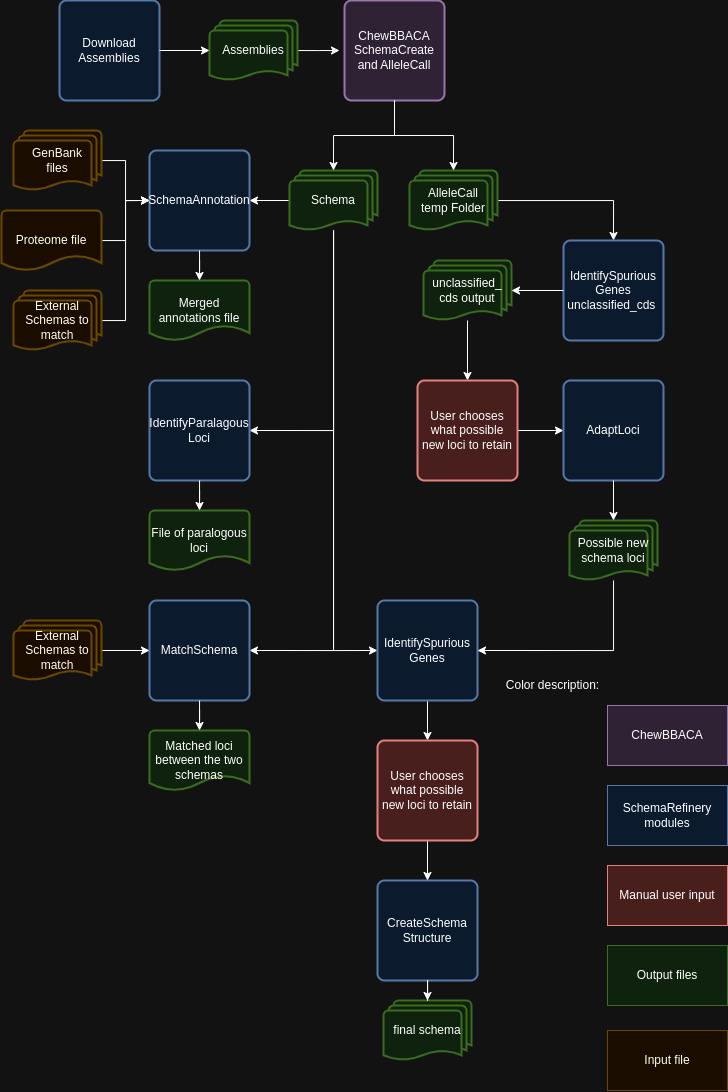
Earlier version of the draw.io export SchemaRefinery/docs/SchemaRefinery/Modules/source/Schema_creation_workflow.png (B-UMMI/Schema_Refinery). Source tidied: cells renumbered, new cells last; positions are measured from the earlier drawing's top-left corner, leaving out a move shared by most shapes. Source of this version:
```xml
<mxGraphModel>
  <root>
    <mxCell id="0" />
    <mxCell id="1" parent="0" />
    <mxCell id="2" value="Download&lt;div&gt;Assemblies&lt;/div&gt;" style="rounded=1;whiteSpace=wrap;html=1;absoluteArcSize=1;arcSize=14;strokeWidth=2;fillColor=#dae8fc;strokeColor=#6c8ebf;" parent="1" vertex="1">
      <mxGeometry x="58" width="100" height="100" as="geometry" />
    </mxCell>
    <mxCell id="3" style="edgeStyle=orthogonalEdgeStyle;rounded=0;jettySize=auto;html=1;" parent="1" edge="1" source="4">
      <mxGeometry relative="1" as="geometry">
        <mxPoint x="338" y="50" as="targetPoint" />
      </mxGeometry>
    </mxCell>
    <mxCell id="4" value="Assemblies" style="strokeWidth=2;html=1;shape=mxgraph.flowchart.multi-document;whiteSpace=wrap;fillColor=#d5e8d4;strokeColor=#82b366;" parent="1" vertex="1">
      <mxGeometry x="208" y="20" width="88" height="60" as="geometry" />
    </mxCell>
    <mxCell id="5" style="edgeStyle=orthogonalEdgeStyle;rounded=0;jettySize=auto;html=1;entryX=0;entryY=0.5;entryDx=0;entryDy=0;entryPerimeter=0;" parent="1" edge="1" source="2" target="4">
      <mxGeometry relative="1" as="geometry" />
    </mxCell>
    <mxCell id="6" value="ChewBBACA SchemaCreate&lt;div&gt;and AlleleCall&lt;/div&gt;" style="rounded=1;whiteSpace=wrap;html=1;absoluteArcSize=1;arcSize=14;strokeWidth=2;fillColor=#e1d5e7;strokeColor=#9673a6;" parent="1" vertex="1">
      <mxGeometry x="343" width="100" height="100" as="geometry" />
    </mxCell>
    <mxCell id="7" style="edgeStyle=orthogonalEdgeStyle;rounded=0;jettySize=auto;html=1;entryX=1;entryY=0.5;entryDx=0;entryDy=0;" parent="1" edge="1" source="11" target="16">
      <mxGeometry relative="1" as="geometry" />
    </mxCell>
    <mxCell id="8" style="edgeStyle=orthogonalEdgeStyle;rounded=0;jettySize=auto;html=1;entryX=1;entryY=0.5;entryDx=0;entryDy=0;" parent="1" edge="1" source="11" target="25">
      <mxGeometry relative="1" as="geometry">
        <Array as="points">
          <mxPoint x="332" y="430" />
        </Array>
      </mxGeometry>
    </mxCell>
    <mxCell id="9" style="edgeStyle=orthogonalEdgeStyle;rounded=0;jettySize=auto;html=1;entryX=1;entryY=0.5;entryDx=0;entryDy=0;" parent="1" edge="1" source="11" target="28">
      <mxGeometry relative="1" as="geometry">
        <Array as="points">
          <mxPoint x="332" y="650" />
        </Array>
      </mxGeometry>
    </mxCell>
    <mxCell id="10" style="edgeStyle=orthogonalEdgeStyle;rounded=0;jettySize=auto;html=1;entryX=0;entryY=0.5;entryDx=0;entryDy=0;" parent="1" edge="1" source="11" target="34">
      <mxGeometry relative="1" as="geometry">
        <Array as="points">
          <mxPoint x="332" y="650" />
        </Array>
      </mxGeometry>
    </mxCell>
    <mxCell id="11" value="Schema" style="strokeWidth=2;html=1;shape=mxgraph.flowchart.multi-document;whiteSpace=wrap;fillColor=#d5e8d4;strokeColor=#82b366;" parent="1" vertex="1">
      <mxGeometry x="288" y="170" width="88" height="60" as="geometry" />
    </mxCell>
    <mxCell id="12" style="edgeStyle=orthogonalEdgeStyle;rounded=0;jettySize=auto;html=1;entryX=0.5;entryY=0;entryDx=0;entryDy=0;" parent="1" edge="1" source="13" target="35">
      <mxGeometry relative="1" as="geometry" />
    </mxCell>
    <mxCell id="13" value="AlleleCall&lt;div&gt;temp Folder&lt;/div&gt;" style="strokeWidth=2;html=1;shape=mxgraph.flowchart.multi-document;whiteSpace=wrap;fillColor=#d5e8d4;strokeColor=#82b366;" parent="1" vertex="1">
      <mxGeometry x="408" y="170" width="88" height="60" as="geometry" />
    </mxCell>
    <mxCell id="14" style="edgeStyle=orthogonalEdgeStyle;rounded=0;jettySize=auto;html=1;entryX=0.5;entryY=0;entryDx=0;entryDy=0;entryPerimeter=0;" parent="1" edge="1" source="6" target="11">
      <mxGeometry relative="1" as="geometry" />
    </mxCell>
    <mxCell id="15" style="edgeStyle=orthogonalEdgeStyle;rounded=0;jettySize=auto;html=1;entryX=0.5;entryY=0;entryDx=0;entryDy=0;entryPerimeter=0;" parent="1" edge="1" source="6" target="13">
      <mxGeometry relative="1" as="geometry" />
    </mxCell>
    <mxCell id="16" value="SchemaAnnotation" style="rounded=1;whiteSpace=wrap;html=1;absoluteArcSize=1;arcSize=14;strokeWidth=2;fillColor=#dae8fc;strokeColor=#6c8ebf;" parent="1" vertex="1">
      <mxGeometry x="148" y="150" width="100" height="100" as="geometry" />
    </mxCell>
    <mxCell id="17" style="edgeStyle=orthogonalEdgeStyle;rounded=0;jettySize=auto;html=1;entryX=0;entryY=0.5;entryDx=0;entryDy=0;" parent="1" edge="1" source="18" target="16">
      <mxGeometry relative="1" as="geometry" />
    </mxCell>
    <mxCell id="18" value="GenBank&lt;div&gt;files&lt;/div&gt;" style="strokeWidth=2;html=1;shape=mxgraph.flowchart.multi-document;whiteSpace=wrap;fillColor=#fff2cc;strokeColor=#d6b656;" parent="1" vertex="1">
      <mxGeometry x="12" y="130" width="88" height="60" as="geometry" />
    </mxCell>
    <mxCell id="19" style="edgeStyle=orthogonalEdgeStyle;rounded=0;jettySize=auto;html=1;entryX=0;entryY=0.5;entryDx=0;entryDy=0;" parent="1" edge="1" source="20" target="16">
      <mxGeometry relative="1" as="geometry" />
    </mxCell>
    <mxCell id="20" value="Proteome file" style="strokeWidth=2;html=1;shape=mxgraph.flowchart.document2;whiteSpace=wrap;size=0.25;fillColor=#fff2cc;strokeColor=#d6b656;" parent="1" vertex="1">
      <mxGeometry y="210" width="100" height="60" as="geometry" />
    </mxCell>
    <mxCell id="21" style="edgeStyle=orthogonalEdgeStyle;rounded=0;jettySize=auto;html=1;entryX=0;entryY=0.5;entryDx=0;entryDy=0;" parent="1" edge="1" source="22" target="16">
      <mxGeometry relative="1" as="geometry" />
    </mxCell>
    <mxCell id="22" value="External Schemas to match" style="strokeWidth=2;html=1;shape=mxgraph.flowchart.multi-document;whiteSpace=wrap;fillColor=#fff2cc;strokeColor=#d6b656;" parent="1" vertex="1">
      <mxGeometry x="12" y="290" width="88" height="60" as="geometry" />
    </mxCell>
    <mxCell id="23" value="Merged annotations file" style="strokeWidth=2;html=1;shape=mxgraph.flowchart.document2;whiteSpace=wrap;size=0.25;fillColor=#d5e8d4;strokeColor=#82b366;" parent="1" vertex="1">
      <mxGeometry x="148" y="280" width="100" height="60" as="geometry" />
    </mxCell>
    <mxCell id="24" style="edgeStyle=orthogonalEdgeStyle;rounded=0;jettySize=auto;html=1;entryX=0.5;entryY=0;entryDx=0;entryDy=0;entryPerimeter=0;" parent="1" edge="1" source="16" target="23">
      <mxGeometry relative="1" as="geometry" />
    </mxCell>
    <mxCell id="25" value="IdentifyParalagous&lt;div&gt;Loci&lt;/div&gt;" style="rounded=1;whiteSpace=wrap;html=1;absoluteArcSize=1;arcSize=14;strokeWidth=2;fillColor=#dae8fc;strokeColor=#6c8ebf;" parent="1" vertex="1">
      <mxGeometry x="148" y="380" width="100" height="100" as="geometry" />
    </mxCell>
    <mxCell id="26" value="File of paralogous loci" style="strokeWidth=2;html=1;shape=mxgraph.flowchart.document2;whiteSpace=wrap;size=0.25;fillColor=#d5e8d4;strokeColor=#82b366;" parent="1" vertex="1">
      <mxGeometry x="148" y="510" width="100" height="60" as="geometry" />
    </mxCell>
    <mxCell id="27" style="edgeStyle=orthogonalEdgeStyle;rounded=0;jettySize=auto;html=1;entryX=0.5;entryY=0;entryDx=0;entryDy=0;entryPerimeter=0;" parent="1" edge="1" source="25" target="26">
      <mxGeometry relative="1" as="geometry" />
    </mxCell>
    <mxCell id="28" value="MatchSchema" style="rounded=1;whiteSpace=wrap;html=1;absoluteArcSize=1;arcSize=14;strokeWidth=2;fillColor=#dae8fc;strokeColor=#6c8ebf;" parent="1" vertex="1">
      <mxGeometry x="148" y="600" width="100" height="100" as="geometry" />
    </mxCell>
    <mxCell id="29" style="edgeStyle=orthogonalEdgeStyle;rounded=0;jettySize=auto;html=1;entryX=0;entryY=0.5;entryDx=0;entryDy=0;" parent="1" edge="1" source="30" target="28">
      <mxGeometry relative="1" as="geometry" />
    </mxCell>
    <mxCell id="30" value="External Schemas to match" style="strokeWidth=2;html=1;shape=mxgraph.flowchart.multi-document;whiteSpace=wrap;fillColor=#fff2cc;strokeColor=#d6b656;" parent="1" vertex="1">
      <mxGeometry x="12" y="620" width="88" height="60" as="geometry" />
    </mxCell>
    <mxCell id="31" value="Matched loci between the two schemas" style="strokeWidth=2;html=1;shape=mxgraph.flowchart.document2;whiteSpace=wrap;size=0.25;fillColor=#d5e8d4;strokeColor=#82b366;" parent="1" vertex="1">
      <mxGeometry x="148" y="730" width="100" height="60" as="geometry" />
    </mxCell>
    <mxCell id="32" style="edgeStyle=orthogonalEdgeStyle;rounded=0;jettySize=auto;html=1;entryX=0.5;entryY=0;entryDx=0;entryDy=0;entryPerimeter=0;" parent="1" edge="1" source="28" target="31">
      <mxGeometry relative="1" as="geometry" />
    </mxCell>
    <mxCell id="33" style="edgeStyle=orthogonalEdgeStyle;rounded=0;jettySize=auto;html=1;entryX=0.5;entryY=0;entryDx=0;entryDy=0;" parent="1" edge="1" source="34" target="47">
      <mxGeometry relative="1" as="geometry" />
    </mxCell>
    <mxCell id="34" value="IdentifySpurious&lt;div&gt;Genes&lt;/div&gt;" style="rounded=1;whiteSpace=wrap;html=1;absoluteArcSize=1;arcSize=14;strokeWidth=2;fillColor=#dae8fc;strokeColor=#6c8ebf;" parent="1" vertex="1">
      <mxGeometry x="376" y="600" width="100" height="100" as="geometry" />
    </mxCell>
    <mxCell id="35" value="IdentifySpurious&lt;div&gt;Genes unclassified_cds&amp;nbsp;&lt;/div&gt;" style="rounded=1;whiteSpace=wrap;html=1;absoluteArcSize=1;arcSize=14;strokeWidth=2;fillColor=#dae8fc;strokeColor=#6c8ebf;" parent="1" vertex="1">
      <mxGeometry x="562" y="240" width="100" height="100" as="geometry" />
    </mxCell>
    <mxCell id="36" style="edgeStyle=orthogonalEdgeStyle;rounded=0;jettySize=auto;html=1;entryX=0.5;entryY=0;entryDx=0;entryDy=0;" parent="1" edge="1" source="37" target="39">
      <mxGeometry relative="1" as="geometry" />
    </mxCell>
    <mxCell id="37" value="unclassified_&lt;div&gt;cds output&lt;/div&gt;" style="strokeWidth=2;html=1;shape=mxgraph.flowchart.multi-document;whiteSpace=wrap;fillColor=#d5e8d4;strokeColor=#82b366;" parent="1" vertex="1">
      <mxGeometry x="422" y="260" width="88" height="60" as="geometry" />
    </mxCell>
    <mxCell id="38" style="edgeStyle=orthogonalEdgeStyle;rounded=0;jettySize=auto;html=1;entryX=0;entryY=0.5;entryDx=0;entryDy=0;" parent="1" edge="1" source="39" target="40">
      <mxGeometry relative="1" as="geometry" />
    </mxCell>
    <mxCell id="39" value="User chooses what possible new loci to retain" style="rounded=1;whiteSpace=wrap;html=1;absoluteArcSize=1;arcSize=14;strokeWidth=2;fillColor=#f8cecc;strokeColor=#b85450;" parent="1" vertex="1">
      <mxGeometry x="416" y="380" width="100" height="100" as="geometry" />
    </mxCell>
    <mxCell id="40" value="AdaptLoci" style="rounded=1;whiteSpace=wrap;html=1;absoluteArcSize=1;arcSize=14;strokeWidth=2;fillColor=#dae8fc;strokeColor=#6c8ebf;" parent="1" vertex="1">
      <mxGeometry x="562" y="380" width="100" height="100" as="geometry" />
    </mxCell>
    <mxCell id="41" style="edgeStyle=orthogonalEdgeStyle;rounded=0;jettySize=auto;html=1;entryX=1;entryY=0.5;entryDx=0;entryDy=0;" parent="1" edge="1" source="42" target="34">
      <mxGeometry relative="1" as="geometry">
        <Array as="points">
          <mxPoint x="612" y="650" />
        </Array>
      </mxGeometry>
    </mxCell>
    <mxCell id="42" value="Possible new&lt;div&gt;schema loci&lt;/div&gt;" style="strokeWidth=2;html=1;shape=mxgraph.flowchart.multi-document;whiteSpace=wrap;fillColor=#d5e8d4;strokeColor=#82b366;" parent="1" vertex="1">
      <mxGeometry x="568" y="520" width="88" height="60" as="geometry" />
    </mxCell>
    <mxCell id="43" style="edgeStyle=orthogonalEdgeStyle;rounded=0;jettySize=auto;html=1;entryX=1;entryY=0.5;entryDx=0;entryDy=0;entryPerimeter=0;" parent="1" edge="1" source="35" target="37">
      <mxGeometry relative="1" as="geometry" />
    </mxCell>
    <mxCell id="44" style="edgeStyle=orthogonalEdgeStyle;rounded=0;jettySize=auto;html=1;entryX=0.5;entryY=0;entryDx=0;entryDy=0;entryPerimeter=0;" parent="1" edge="1" source="40" target="42">
      <mxGeometry relative="1" as="geometry" />
    </mxCell>
    <mxCell id="45" value="CreateSchema&lt;div&gt;Structure&lt;/div&gt;" style="rounded=1;whiteSpace=wrap;html=1;absoluteArcSize=1;arcSize=14;strokeWidth=2;fillColor=#dae8fc;strokeColor=#6c8ebf;" parent="1" vertex="1">
      <mxGeometry x="376" y="880" width="100" height="100" as="geometry" />
    </mxCell>
    <mxCell id="46" style="edgeStyle=orthogonalEdgeStyle;rounded=0;jettySize=auto;html=1;entryX=0.5;entryY=0;entryDx=0;entryDy=0;" parent="1" edge="1" source="47" target="45">
      <mxGeometry relative="1" as="geometry" />
    </mxCell>
    <mxCell id="47" value="User chooses what possible new loci to retain" style="rounded=1;whiteSpace=wrap;html=1;absoluteArcSize=1;arcSize=14;strokeWidth=2;fillColor=#f8cecc;strokeColor=#b85450;" parent="1" vertex="1">
      <mxGeometry x="376" y="740" width="100" height="100" as="geometry" />
    </mxCell>
    <mxCell id="48" value="final schema" style="strokeWidth=2;html=1;shape=mxgraph.flowchart.multi-document;whiteSpace=wrap;fillColor=#d5e8d4;strokeColor=#82b366;" parent="1" vertex="1">
      <mxGeometry x="382" y="1000" width="88" height="60" as="geometry" />
    </mxCell>
    <mxCell id="49" style="edgeStyle=orthogonalEdgeStyle;rounded=0;jettySize=auto;html=1;entryX=0.5;entryY=0;entryDx=0;entryDy=0;entryPerimeter=0;" parent="1" edge="1" source="45" target="48">
      <mxGeometry relative="1" as="geometry" />
    </mxCell>
    <mxCell id="50" value="SchemaRefinery modules" style="rounded=0;whiteSpace=wrap;html=1;fillColor=#dae8fc;strokeColor=#6c8ebf;" parent="1" vertex="1">
      <mxGeometry x="606" y="785" width="120" height="60" as="geometry" />
    </mxCell>
    <mxCell id="51" value="Manual user input" style="rounded=0;whiteSpace=wrap;html=1;fillColor=#f8cecc;strokeColor=#b85450;" parent="1" vertex="1">
      <mxGeometry x="606" y="865" width="120" height="60" as="geometry" />
    </mxCell>
    <mxCell id="52" value="ChewBBACA" style="rounded=0;whiteSpace=wrap;html=1;fillColor=#e1d5e7;strokeColor=#9673a6;" parent="1" vertex="1">
      <mxGeometry x="606" y="705" width="120" height="60" as="geometry" />
    </mxCell>
    <mxCell id="53" value="Output files" style="rounded=0;whiteSpace=wrap;html=1;fillColor=#d5e8d4;strokeColor=#82b366;" parent="1" vertex="1">
      <mxGeometry x="606" y="945" width="120" height="60" as="geometry" />
    </mxCell>
    <mxCell id="54" value="Color description:" style="text;html=1;align=center;verticalAlign=middle;strokeColor=none;fillColor=none;" parent="1" vertex="1">
      <mxGeometry x="496" y="670" width="110" height="30" as="geometry" />
    </mxCell>
    <mxCell id="55" value="Input file" style="rounded=0;whiteSpace=wrap;html=1;fillColor=#fff2cc;strokeColor=#d6b656;" parent="1" vertex="1">
      <mxGeometry x="606" y="1030" width="120" height="60" as="geometry" />
    </mxCell>
  </root>
</mxGraphModel>
```
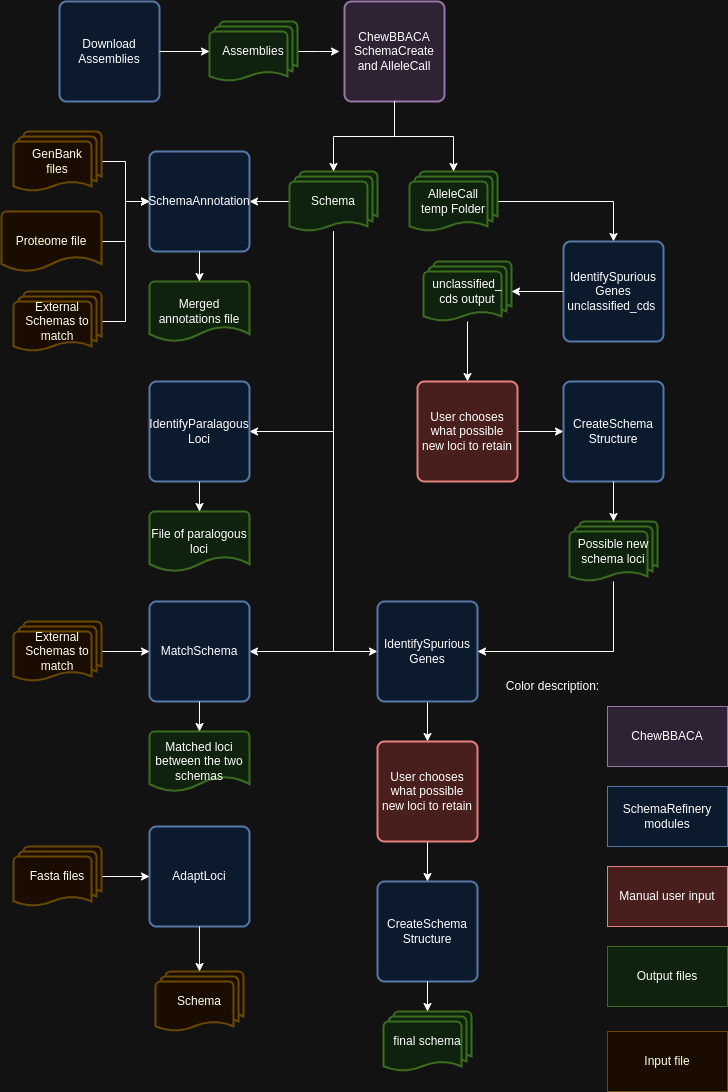
Later version of the same file.

Diff of the diagram source:
```diff
@@ -130,7 +130,7 @@
     <mxCell id="39" value="User chooses what possible new loci to retain" style="rounded=1;whiteSpace=wrap;html=1;absoluteArcSize=1;arcSize=14;strokeWidth=2;fillColor=#f8cecc;strokeColor=#b85450;" parent="1" vertex="1">
       <mxGeometry x="416" y="380" width="100" height="100" as="geometry" />
     </mxCell>
-    <mxCell id="40" value="AdaptLoci" style="rounded=1;whiteSpace=wrap;html=1;absoluteArcSize=1;arcSize=14;strokeWidth=2;fillColor=#dae8fc;strokeColor=#6c8ebf;" parent="1" vertex="1">
+    <mxCell id="40" value="CreateSchema&lt;div&gt;Structure&lt;/div&gt;" style="rounded=1;whiteSpace=wrap;html=1;absoluteArcSize=1;arcSize=14;strokeWidth=2;fillColor=#dae8fc;strokeColor=#6c8ebf;" parent="1" vertex="1">
       <mxGeometry x="562" y="380" width="100" height="100" as="geometry" />
     </mxCell>
     <mxCell id="41" style="edgeStyle=orthogonalEdgeStyle;rounded=0;jettySize=auto;html=1;entryX=1;entryY=0.5;entryDx=0;entryDy=0;" parent="1" edge="1" source="42" target="34">
@@ -159,7 +159,7 @@
       <mxGeometry x="376" y="740" width="100" height="100" as="geometry" />
     </mxCell>
     <mxCell id="48" value="final schema" style="strokeWidth=2;html=1;shape=mxgraph.flowchart.multi-document;whiteSpace=wrap;fillColor=#d5e8d4;strokeColor=#82b366;" parent="1" vertex="1">
-      <mxGeometry x="382" y="1000" width="88" height="60" as="geometry" />
+      <mxGeometry x="382" y="1010" width="88" height="60" as="geometry" />
     </mxCell>
     <mxCell id="49" style="edgeStyle=orthogonalEdgeStyle;rounded=0;jettySize=auto;html=1;entryX=0.5;entryY=0;entryDx=0;entryDy=0;entryPerimeter=0;" parent="1" edge="1" source="45" target="48">
       <mxGeometry relative="1" as="geometry" />
@@ -182,5 +182,20 @@
     <mxCell id="55" value="Input file" style="rounded=0;whiteSpace=wrap;html=1;fillColor=#fff2cc;strokeColor=#d6b656;" parent="1" vertex="1">
       <mxGeometry x="606" y="1030" width="120" height="60" as="geometry" />
     </mxCell>
+    <mxCell id="56" value="AdaptLoci" style="rounded=1;whiteSpace=wrap;html=1;absoluteArcSize=1;arcSize=14;strokeWidth=2;fillColor=#dae8fc;strokeColor=#6c8ebf;" parent="1" vertex="1">
+      <mxGeometry x="148" y="825" width="100" height="100" as="geometry" />
+    </mxCell>
+    <mxCell id="57" style="edgeStyle=orthogonalEdgeStyle;rounded=0;jettySize=auto;html=1;entryX=0;entryY=0.5;entryDx=0;entryDy=0;" parent="1" edge="1" source="58" target="56">
+      <mxGeometry relative="1" as="geometry" />
+    </mxCell>
+    <mxCell id="58" value="Fasta files" style="strokeWidth=2;html=1;shape=mxgraph.flowchart.multi-document;whiteSpace=wrap;fillColor=#fff2cc;strokeColor=#d6b656;" parent="1" vertex="1">
+      <mxGeometry x="12" y="845" width="88" height="60" as="geometry" />
+    </mxCell>
+    <mxCell id="59" value="Schema" style="strokeWidth=2;html=1;shape=mxgraph.flowchart.multi-document;whiteSpace=wrap;fillColor=#fff2cc;strokeColor=#d6b656;" parent="1" vertex="1">
+      <mxGeometry x="154" y="970" width="88" height="60" as="geometry" />
+    </mxCell>
+    <mxCell id="60" style="edgeStyle=orthogonalEdgeStyle;rounded=0;jettySize=auto;html=1;entryX=0.5;entryY=0;entryDx=0;entryDy=0;entryPerimeter=0;" parent="1" edge="1" source="56" target="59">
+      <mxGeometry relative="1" as="geometry" />
+    </mxCell>
   </root>
 </mxGraphModel>
```
